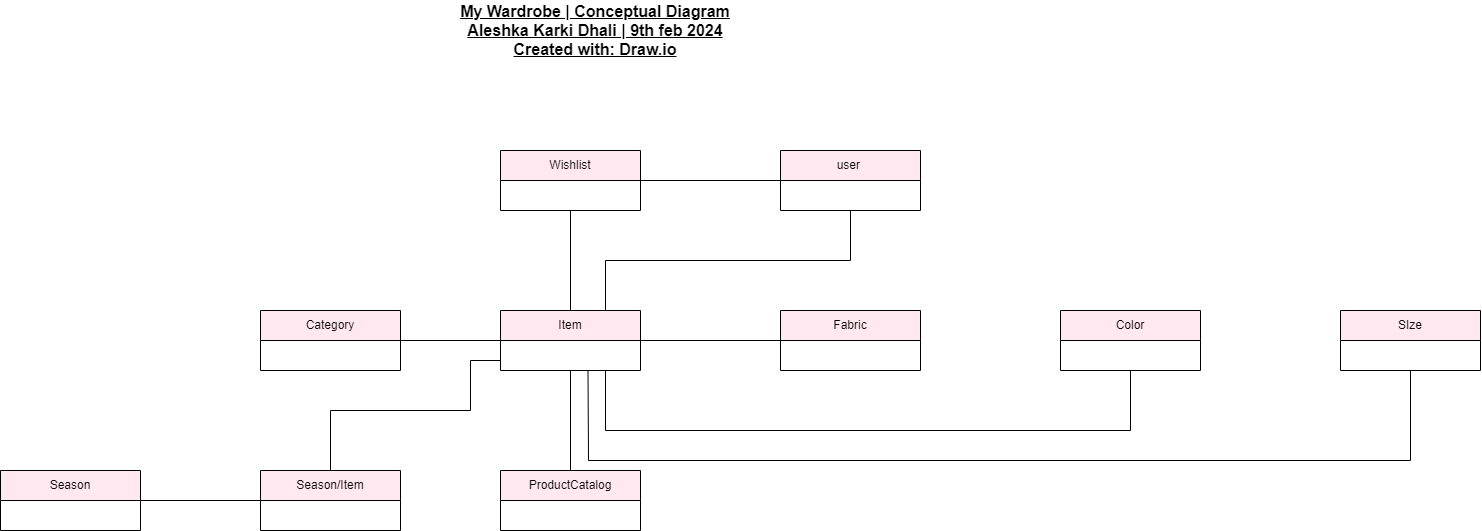
The draw.io diagram Database_ERD/Conceptual_ERD.png in AleshkaKarki/mywardrobe, before a commit. Source tidied: cells renumbered, new cells last; positions are measured from the earlier drawing's top-left corner, leaving out a move shared by most shapes.
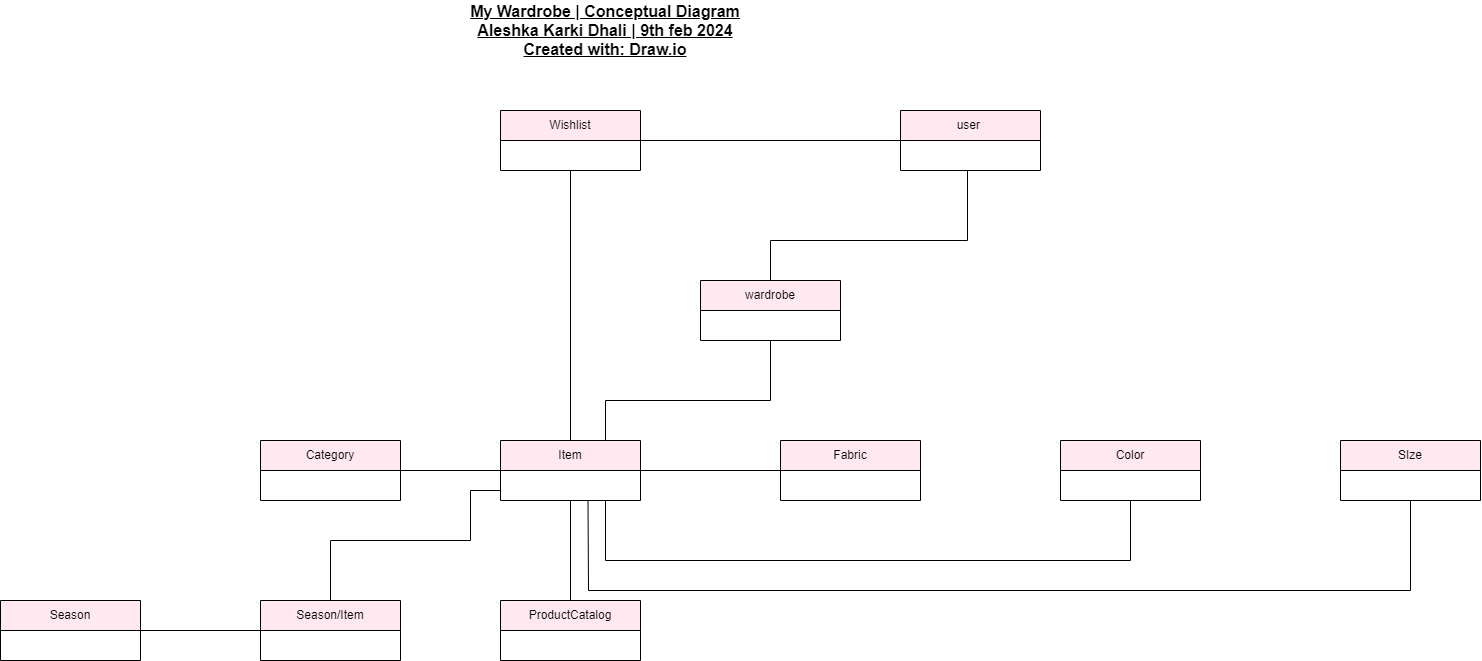
The same file after the commit.

Diff of the diagram source:
```diff
@@ -28,7 +28,7 @@
       <mxGeometry relative="1" as="geometry" />
     </mxCell>
     <mxCell id="8" value="Wishlist" style="swimlane;fontStyle=0;horizontal=1;startSize=30;whiteSpace=wrap;html=1;fillColor=#FFE8EF;" parent="1" vertex="1">
-      <mxGeometry x="500" y="150" width="140" height="60" as="geometry" />
+      <mxGeometry x="500" y="-20" width="140" height="60" as="geometry" />
     </mxCell>
     <mxCell id="9" value="Fabric" style="swimlane;fontStyle=0;horizontal=1;startSize=30;whiteSpace=wrap;html=1;fillColor=#FFE8EF;" parent="1" vertex="1">
       <mxGeometry x="780" y="310" width="140" height="60" as="geometry" />
@@ -40,7 +40,7 @@
       <mxGeometry x="260" y="310" width="140" height="60" as="geometry" />
     </mxCell>
     <mxCell id="12" value="&lt;b style=&quot;font-size: 16px;&quot;&gt;&lt;u&gt;My Wardrobe | Conceptual Diagram&lt;br&gt;Aleshka Karki Dhali | 9th feb 2024&lt;br&gt;Created with: Draw.io&lt;/u&gt;&lt;/b&gt;" style="text;html=1;strokeColor=none;fillColor=none;align=center;verticalAlign=middle;whiteSpace=wrap;rounded=0;" parent="1" vertex="1">
-      <mxGeometry x="450" width="290" height="60" as="geometry" />
+      <mxGeometry x="460" y="-130" width="290" height="60" as="geometry" />
     </mxCell>
     <mxCell id="13" value="Color" style="swimlane;fontStyle=0;horizontal=1;startSize=30;whiteSpace=wrap;html=1;fillColor=#FFE8EF;" parent="1" vertex="1">
       <mxGeometry x="1060" y="310" width="140" height="60" as="geometry" />
@@ -49,16 +49,17 @@
       <mxGeometry x="1340" y="310" width="140" height="60" as="geometry" />
     </mxCell>
     <mxCell id="15" value="user&amp;nbsp;" style="swimlane;fontStyle=0;horizontal=1;startSize=30;whiteSpace=wrap;html=1;fillColor=#FFE8EF;" parent="1" vertex="1">
-      <mxGeometry x="780" y="150" width="140" height="60" as="geometry" />
+      <mxGeometry x="900" y="-20" width="140" height="60" as="geometry" />
     </mxCell>
     <mxCell id="16" style="edgeStyle=orthogonalEdgeStyle;rounded=0;jettySize=auto;html=1;entryX=0;entryY=0.5;entryDx=0;entryDy=0;endArrow=none;endFill=0;exitX=1;exitY=0.5;exitDx=0;exitDy=0;exitPerimeter=0;startArrow=none;startFill=0;" parent="1" edge="1" source="8" target="15">
       <mxGeometry relative="1" as="geometry" />
     </mxCell>
-    <mxCell id="17" style="endArrow=none;html=1;rounded=0;exitX=0.75;exitY=0;exitDx=0;exitDy=0;entryX=0.5;entryY=1;entryDx=0;entryDy=0;" parent="1" edge="1" source="6" target="15">
+    <mxCell id="17" style="endArrow=none;html=1;rounded=0;entryX=0.5;entryY=1;entryDx=0;entryDy=0;exitX=0.5;exitY=0;exitDx=0;exitDy=0;" parent="1" edge="1" source="23">
       <mxGeometry relative="1" as="geometry">
+        <mxPoint x="967" y="40" as="targetPoint" />
         <Array as="points">
-          <mxPoint x="605" y="260" />
-          <mxPoint x="850" y="260" />
+          <mxPoint x="770" y="110" />
+          <mxPoint x="967" y="110" />
         </Array>
       </mxGeometry>
     </mxCell>
@@ -88,5 +89,16 @@
     <mxCell id="22" value="Season" style="swimlane;fontStyle=0;horizontal=1;startSize=30;whiteSpace=wrap;html=1;fillColor=#FFE8EF;" parent="1" vertex="1">
       <mxGeometry y="470" width="140" height="60" as="geometry" />
     </mxCell>
+    <mxCell id="23" value="wardrobe" style="swimlane;fontStyle=0;horizontal=1;startSize=30;whiteSpace=wrap;html=1;fillColor=#FFE8EF;" parent="1" vertex="1">
+      <mxGeometry x="700" y="150" width="140" height="60" as="geometry" />
+    </mxCell>
+    <mxCell id="24" style="endArrow=none;html=1;rounded=0;entryX=0.5;entryY=1;entryDx=0;entryDy=0;exitX=0.75;exitY=0;exitDx=0;exitDy=0;" parent="1" edge="1" source="6" target="23">
+      <mxGeometry relative="1" as="geometry">
+        <Array as="points">
+          <mxPoint x="605" y="270" />
+          <mxPoint x="770" y="270" />
+        </Array>
+      </mxGeometry>
+    </mxCell>
   </root>
 </mxGraphModel>
```
